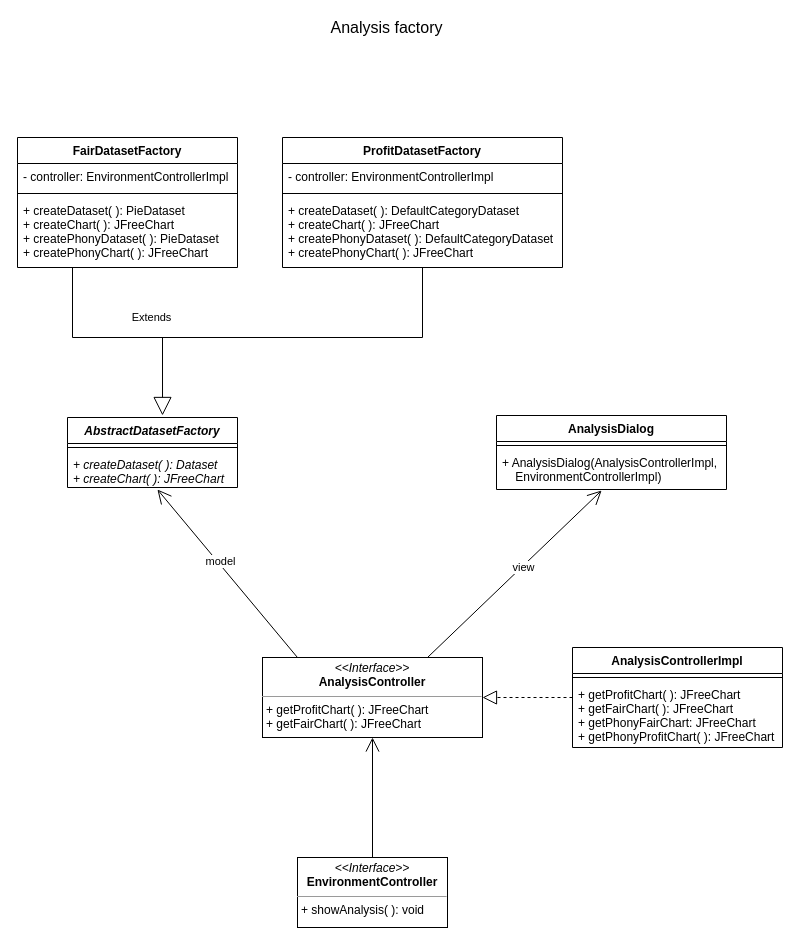
metaphori/students-oop20-liveLand keeps this draw.io diagram as page "Page-6" (6 of 7) of Untitled Diagram.drawio. Above is the earlier version. Source tidied: cells renumbered, new cells numbered last; positions are measured from the earlier drawing's top-left corner, leaving out a move shared by most shapes. Both pictures are drawn from the tidied source at 100%, with x=0, y=0 at pixel (17, 17).
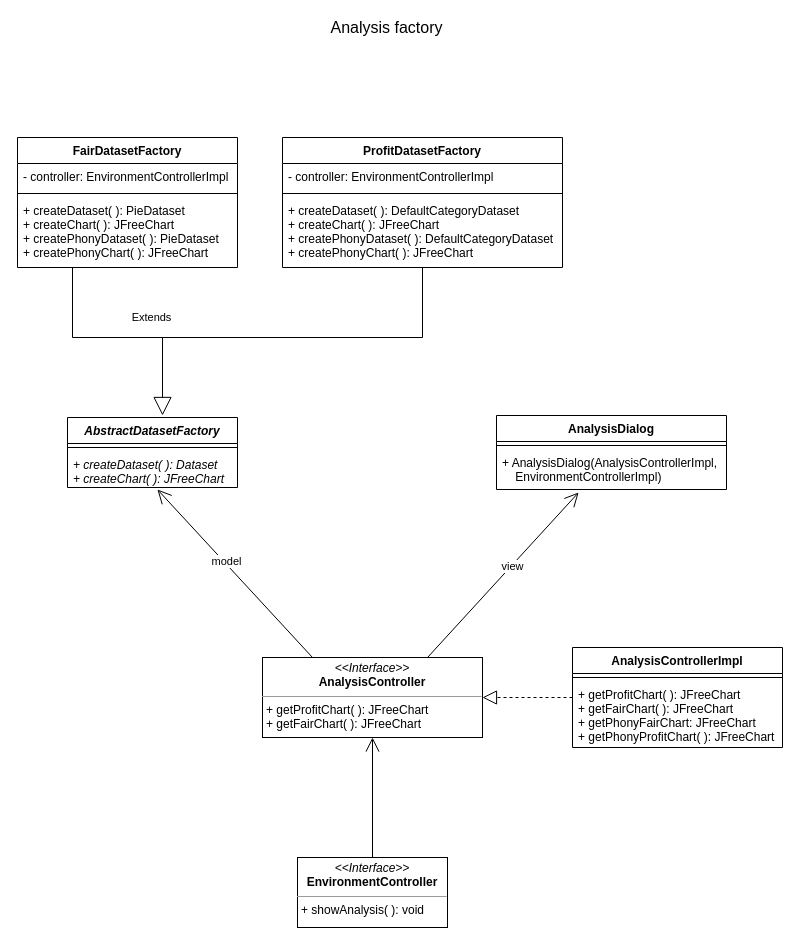
The same diagram, later.

Unchanged cells that the change refers to:
```xml
<mxCell id="6" value="&lt;p style=&quot;margin: 0px ; margin-top: 4px ; text-align: center&quot;&gt;&lt;i&gt;&amp;lt;&amp;lt;Interface&amp;gt;&amp;gt;&lt;/i&gt;&lt;br&gt;&lt;b&gt;AnalysisController&lt;/b&gt;&lt;/p&gt;&lt;hr size=&quot;1&quot;&gt;&lt;p style=&quot;margin: 0px ; margin-left: 4px&quot;&gt;+ getProfitChart( ): JFreeChart&lt;/p&gt;&lt;p style=&quot;margin: 0px ; margin-left: 4px&quot;&gt;+ getFairChart( ): JFreeChart&lt;/p&gt;&lt;p style=&quot;margin: 0px ; margin-left: 4px&quot;&gt;&lt;br&gt;&lt;/p&gt;" style="verticalAlign=top;align=left;overflow=fill;fontSize=12;fontFamily=Helvetica;html=1;" parent="1" vertex="1">
  <mxGeometry x="245" y="640" width="220" height="80" as="geometry" />
</mxCell>
<mxCell id="9" value="+ createDataset( ): Dataset&#10;+ createChart( ): JFreeChart" style="text;strokeColor=none;fillColor=none;align=left;verticalAlign=top;spacingLeft=4;spacingRight=4;overflow=hidden;points=[[0,0.5],[1,0.5]];portConstraint=eastwest;fontStyle=2;" parent="7" vertex="1">
  <mxGeometry y="34" width="170" height="36" as="geometry" />
</mxCell>
<mxCell id="20" value="+ AnalysisDialog(AnalysisControllerImpl,&#10;    EnvironmentControllerImpl)" style="text;strokeColor=none;fillColor=none;align=left;verticalAlign=top;spacingLeft=4;spacingRight=4;overflow=hidden;points=[[0,0.5],[1,0.5]];portConstraint=eastwest;" parent="18" vertex="1">
  <mxGeometry y="34" width="230" height="40" as="geometry" />
</mxCell>
```

Change to the diagram source:
```diff
@@
-    <mxCell id="22" style="endArrow=open;endFill=1;endSize=12;html=1;rounded=0;exitX=0.159;exitY=0;exitDx=0;exitDy=0;exitPerimeter=0;entryX=0.529;entryY=1.056;entryDx=0;entryDy=0;entryPerimeter=0;" parent="1" edge="1" source="6" target="9">
-      <mxGeometry relative="1" as="geometry" />
+    <mxCell id="22" style="endArrow=open;endFill=1;endSize=12;html=1;rounded=0;entryX=0.529;entryY=1.056;entryDx=0;entryDy=0;entryPerimeter=0;" parent="1" edge="1" target="9">
+      <mxGeometry relative="1" as="geometry">
+        <mxPoint x="295" y="640" as="sourcePoint" />
+      </mxGeometry>
     </mxCell>
@@
-    <mxCell id="24" style="endArrow=open;endFill=1;endSize=12;html=1;rounded=0;entryX=0.457;entryY=1.025;entryDx=0;entryDy=0;entryPerimeter=0;exitX=0.75;exitY=0;exitDx=0;exitDy=0;" parent="1" edge="1" source="6" target="20">
+    <mxCell id="24" style="endArrow=open;endFill=1;endSize=12;html=1;rounded=0;entryX=0.357;entryY=1.075;entryDx=0;entryDy=0;entryPerimeter=0;exitX=0.75;exitY=0;exitDx=0;exitDy=0;" parent="1" edge="1" source="6" target="20">
       <mxGeometry relative="1" as="geometry" />
     </mxCell>
     <mxCell id="25" value="view" style="edgeLabel;html=1;align=center;verticalAlign=middle;" parent="24" vertex="1">
       <mxGeometry x="-0.07" y="1" relative="1" as="geometry">
-        <mxPoint x="15" y="-12" as="offset" />
+        <mxPoint x="15" y="-14" as="offset" />
       </mxGeometry>
     </mxCell>
```
